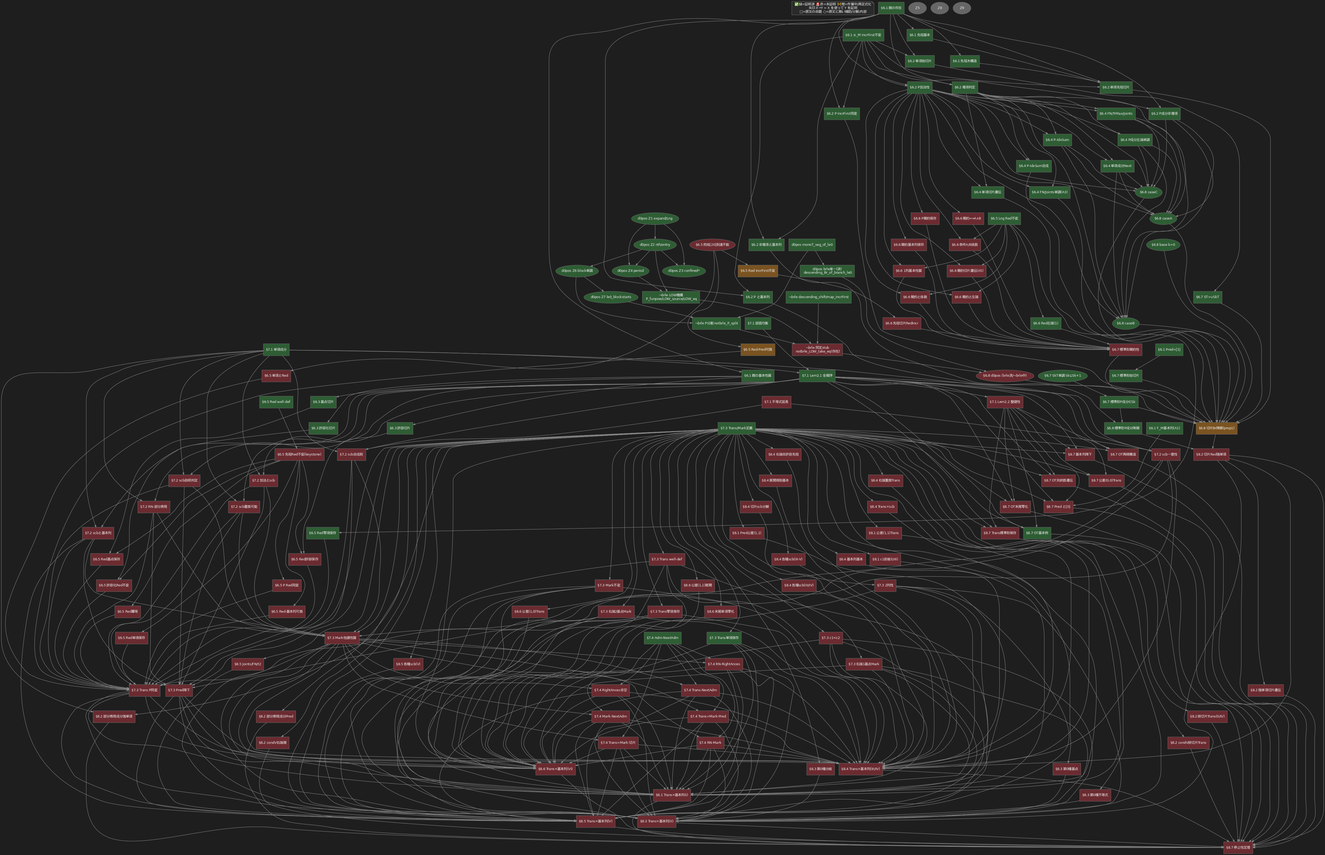
This is dag.png from koteitan/pss-proof, a Graphviz export, as it was before one commit. Its source is kept beside it as dag.dot.
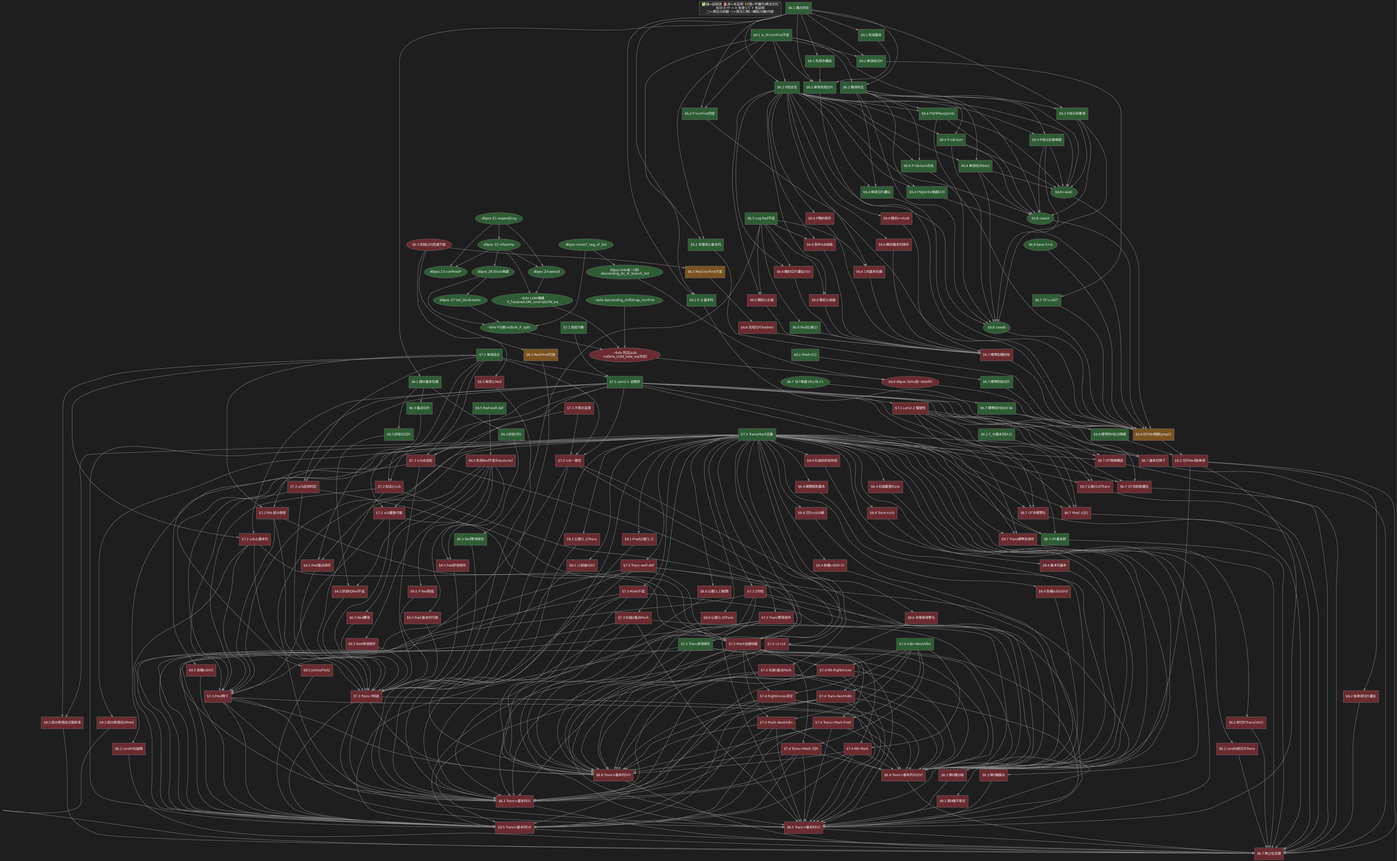
The same file after the commit.

Commit message:
Fix dag.dot: ellipse-shape the new d0pos d_* nodes; drop orphan Z5/Z8/Z9

Change to the diagram source:
```diff
@@ -9,8 +9,10 @@
 
   /* 原文に無い命題(我々の補助補題・証明内分解・内部)=楕円; 原文の命題=矩形(既定) */
   c_base [shape=ellipse]; c_A [shape=ellipse]; c_B [shape=ellipse]; c_C [shape=ellipse]; c_d0pos [shape=ellipse];
-  Z1 [shape=ellipse]; Z2 [shape=ellipse]; Z3 [shape=ellipse]; Z4 [shape=ellipse]; Z5 [shape=ellipse];
-  Z6 [shape=ellipse]; Z7 [shape=ellipse]; Z8 [shape=ellipse]; Z9 [shape=ellipse];
+  Z1 [shape=ellipse]; Z2 [shape=ellipse]; Z3 [shape=ellipse]; Z4 [shape=ellipse];
+  Z6 [shape=ellipse]; Z7 [shape=ellipse];
+  d_brle [shape=ellipse]; d_mono [shape=ellipse]; d_split [shape=ellipse];
+  d_low [shape=ellipse]; d_dapp [shape=ellipse]; d_wire [shape=ellipse];
   SkTmono [shape=ellipse]; dead20 [shape=ellipse];
 
   /* ===== color classes ===== */
```
